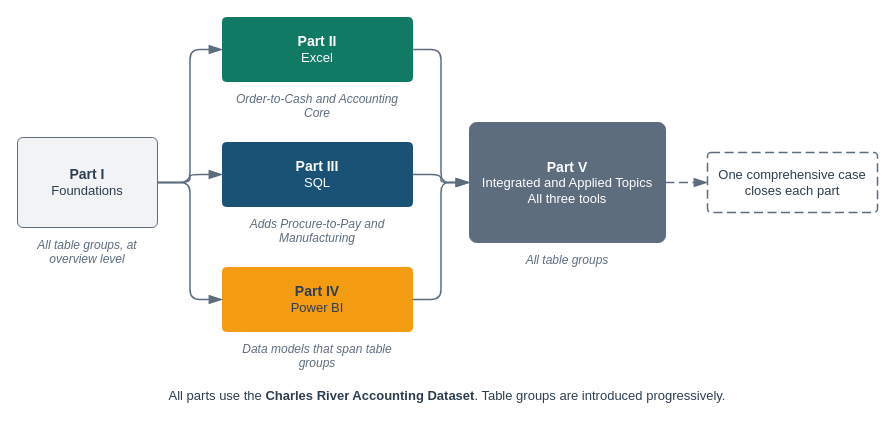
Earlier version of the draw.io diagram visuals/src/fig-01-08-book-organization-map.drawio (mmcodesso/Accounting_Analytics_Book). Source tidied: cells renumbered, new cells numbered last; positions are measured from the earlier drawing's top-left corner, leaving out a move shared by most shapes. Both pictures are drawn from the tidied source at 100%, with x=0, y=0 at pixel (17, 17).
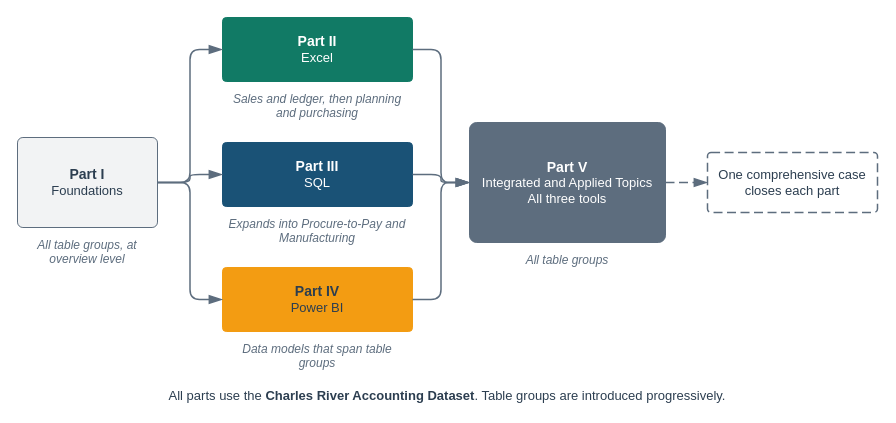
The same page after the edit.

The edit, as a diff of the source:
```diff
@@
-    <mxCell id="6" value="&lt;i&gt;Order-to-Cash and Accounting Core&lt;/i&gt;" style="text;html=1;whiteSpace=wrap;align=center;verticalAlign=top;fontSize=12;fontColor=#5D6D7E;fontStyle=0;fontFamily=Helvetica;spacing=2;fillColor=none;strokeColor=none;" parent="1" vertex="1">
+    <mxCell id="6" value="&lt;i&gt;Sales and ledger, then planning and purchasing&lt;/i&gt;" style="text;html=1;whiteSpace=wrap;align=center;verticalAlign=top;fontSize=12;fontColor=#5D6D7E;fontStyle=0;fontFamily=Helvetica;spacing=2;fillColor=none;strokeColor=none;" parent="1" vertex="1">
       <mxGeometry x="205" y="68" width="190" height="36" as="geometry" />
     </mxCell>
@@
-    <mxCell id="8" value="&lt;i&gt;Adds Procure-to-Pay and Manufacturing&lt;/i&gt;" style="text;html=1;whiteSpace=wrap;align=center;verticalAlign=top;fontSize=12;fontColor=#5D6D7E;fontStyle=0;fontFamily=Helvetica;spacing=2;fillColor=none;strokeColor=none;" parent="1" vertex="1">
+    <mxCell id="8" value="&lt;i&gt;Expands into Procure-to-Pay and Manufacturing&lt;/i&gt;" style="text;html=1;whiteSpace=wrap;align=center;verticalAlign=top;fontSize=12;fontColor=#5D6D7E;fontStyle=0;fontFamily=Helvetica;spacing=2;fillColor=none;strokeColor=none;" parent="1" vertex="1">
       <mxGeometry x="205" y="193" width="190" height="36" as="geometry" />
     </mxCell>
```
